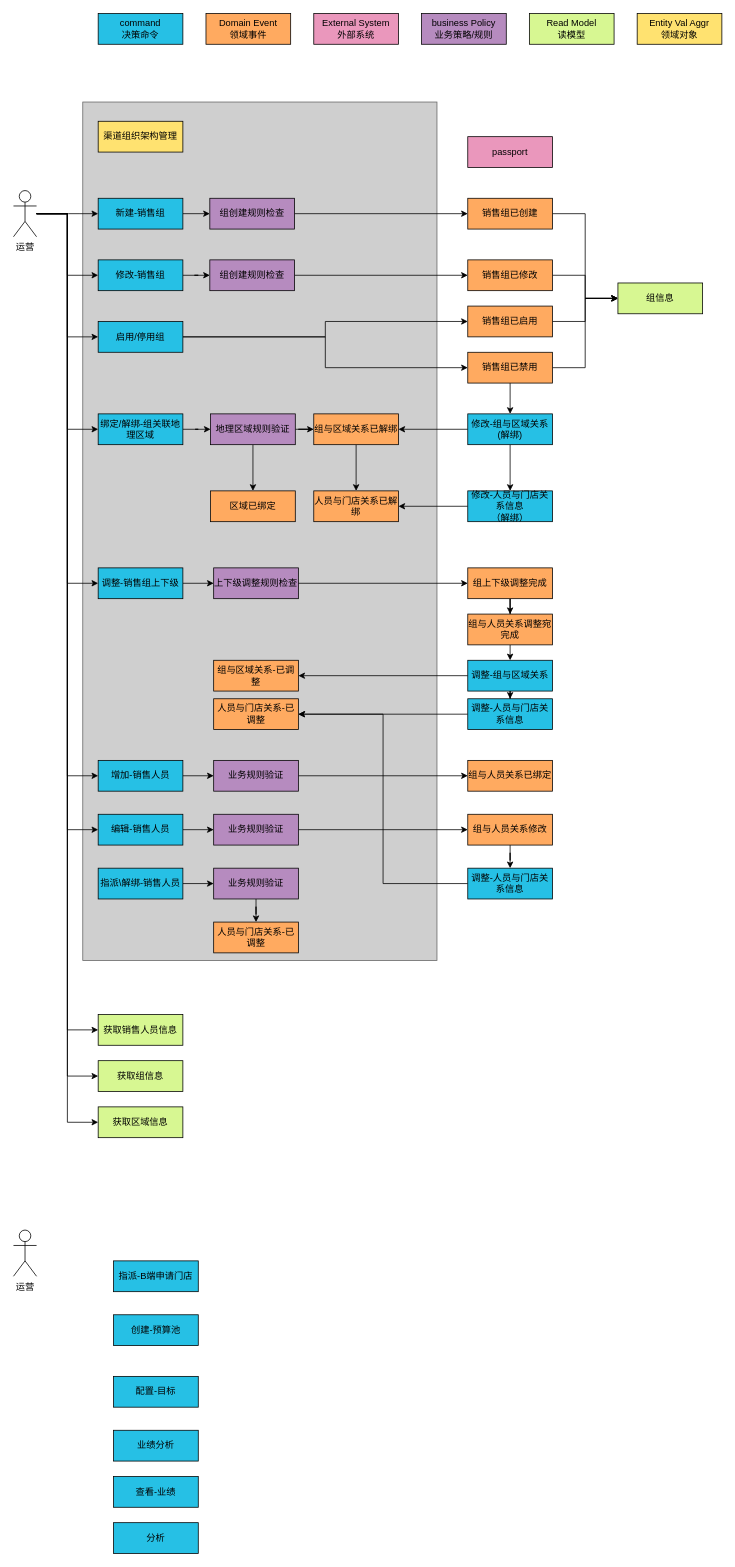
Before: 渠道-事件风暴.drawio in shixiaoding/draw, a draw.io diagram. Source tidied: cells renumbered, new cells numbered last; positions are measured from the earlier drawing's top-left corner, leaving out a move shared by most shapes. Both pictures are drawn from the tidied source at 77%, with x=0, y=0 at pixel (13, 13).
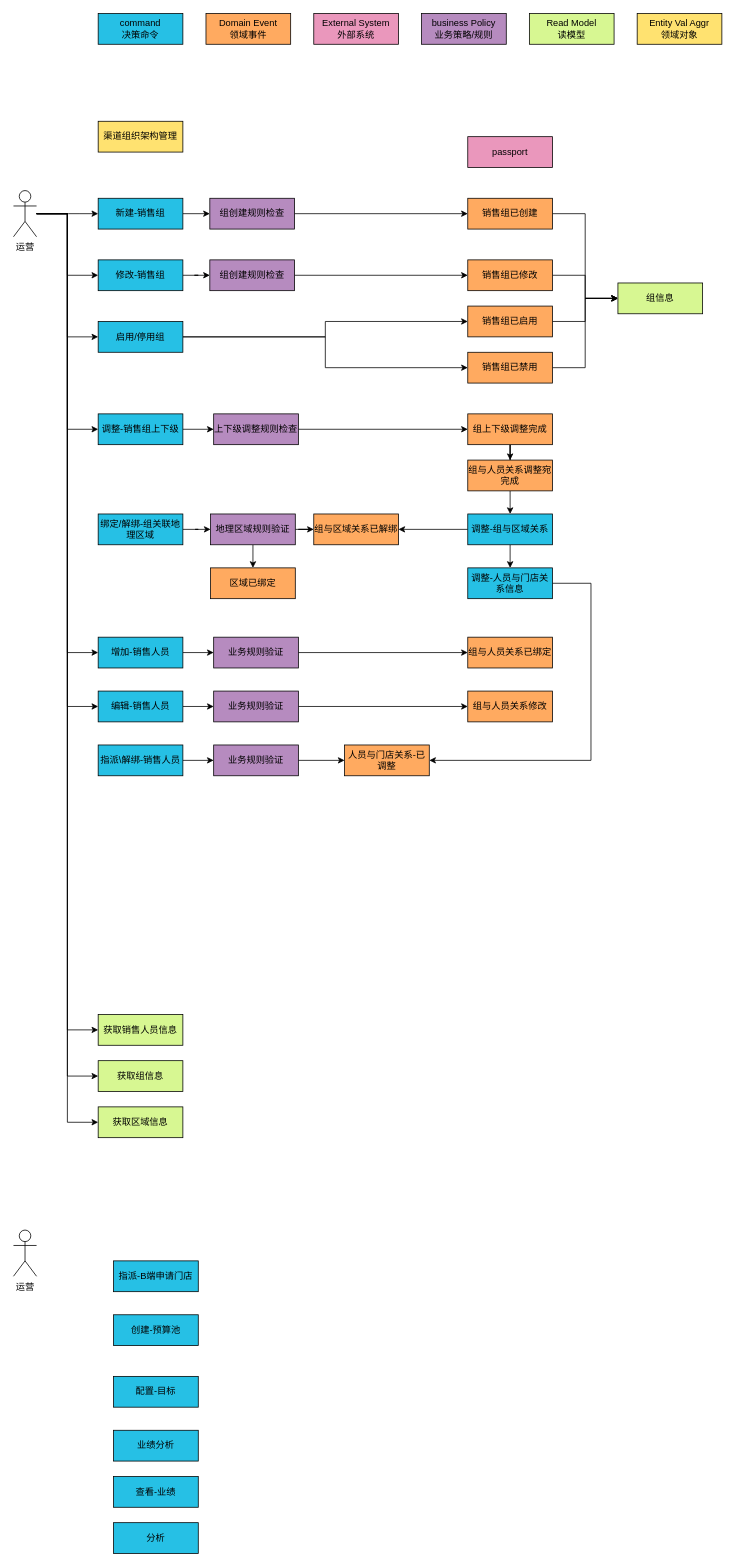
After the change.

Commit message:
更新渠道-事件风暴.drawio

Unchanged cells that the change refers to:
```xml
<mxCell id="19" value="运营" style="shape=umlActor;verticalLabelPosition=bottom;verticalAlign=top;html=1;outlineConnect=0;" parent="1" vertex="1">
  <mxGeometry y="230" width="30" height="60" as="geometry" />
</mxCell>
<mxCell id="45" value="销售组已禁用" style="rounded=0;whiteSpace=wrap;html=1;fillColor=#FFAA60;" parent="1" vertex="1">
  <mxGeometry x="590" y="440" width="110" height="40" as="geometry" />
</mxCell>
```

The edit, as a diff of the source:
```diff
@@
-    <mxCell id="2" style="rounded=0;whiteSpace=wrap;html=1;fillColor=#CFCFCF;fontColor=#333333;strokeColor=#666666;" parent="1" vertex="1">
-      <mxGeometry x="90" y="115" width="460" height="1115" as="geometry" />
-    </mxCell>
@@
-    <mxCell id="12" style="edgeStyle=orthogonalEdgeStyle;rounded=0;jettySize=auto;html=1;entryX=0;entryY=0.5;entryDx=0;entryDy=0;" parent="1" edge="1" source="19" target="25">
-      <mxGeometry relative="1" as="geometry" />
-    </mxCell>
@@
     <mxCell id="25" value="绑定/解绑-组关联地理区域" style="rounded=0;whiteSpace=wrap;html=1;fillColor=#26C0E5;" parent="1" vertex="1">
-      <mxGeometry x="110" y="520" width="110" height="40" as="geometry" />
+      <mxGeometry x="110" y="650" width="110" height="40" as="geometry" />
     </mxCell>
@@
     <mxCell id="27" value="增加-销售人员" style="rounded=0;whiteSpace=wrap;html=1;fillColor=#26C0E5;" parent="1" vertex="1">
-      <mxGeometry x="110" y="970" width="110" height="40" as="geometry" />
+      <mxGeometry x="110" y="810" width="110" height="40" as="geometry" />
     </mxCell>
@@
-    <mxCell id="44" style="edgeStyle=orthogonalEdgeStyle;rounded=0;jettySize=auto;html=1;" parent="1" edge="1" source="45" target="84">
-      <mxGeometry relative="1" as="geometry" />
-    </mxCell>
@@
-    <mxCell id="51" style="edgeStyle=orthogonalEdgeStyle;rounded=0;jettySize=auto;html=1;" parent="1" edge="1" source="53" target="66">
-      <mxGeometry relative="1" as="geometry" />
-    </mxCell>
-    <mxCell id="52" style="edgeStyle=orthogonalEdgeStyle;rounded=0;jettySize=auto;html=1;entryX=1;entryY=0.5;entryDx=0;entryDy=0;" parent="1" edge="1" source="53" target="60">
-      <mxGeometry relative="1" as="geometry" />
-    </mxCell>
-    <mxCell id="53" value="调整-组与区域关系" style="rounded=0;whiteSpace=wrap;html=1;fillColor=#26C0E5;" parent="1" vertex="1">
-      <mxGeometry x="590" y="840" width="110" height="40" as="geometry" />
-    </mxCell>
@@
     <mxCell id="55" value="上下级调整规则检查" style="rounded=0;whiteSpace=wrap;html=1;fillColor=#B68BBF;" parent="1" vertex="1">
-      <mxGeometry x="260" y="720" width="110" height="40" as="geometry" />
+      <mxGeometry x="260" y="520" width="110" height="40" as="geometry" />
     </mxCell>
@@
     <mxCell id="57" value="组上下级调整完成" style="rounded=0;whiteSpace=wrap;html=1;fillColor=#FFAA60;" parent="1" vertex="1">
-      <mxGeometry x="590" y="720" width="110" height="40" as="geometry" />
+      <mxGeometry x="590" y="520" width="110" height="40" as="geometry" />
     </mxCell>
-    <mxCell id="58" style="edgeStyle=orthogonalEdgeStyle;rounded=0;jettySize=auto;html=1;exitX=0.5;exitY=1;exitDx=0;exitDy=0;entryX=0.5;entryY=0;entryDx=0;entryDy=0;" parent="1" edge="1" source="59" target="53">
-      <mxGeometry relative="1" as="geometry" />
-    </mxCell>
+    <mxCell id="100" style="edgeStyle=orthogonalEdgeStyle;rounded=0;jettySize=auto;html=1;exitX=0.5;exitY=1;exitDx=0;exitDy=0;entryX=0.5;entryY=0;entryDx=0;entryDy=0;" parent="1" edge="1" source="59" target="84">
+      <mxGeometry relative="1" as="geometry" />
+    </mxCell>
     <mxCell id="59" value="组与人员关系调整宛完成" style="rounded=0;whiteSpace=wrap;html=1;fillColor=#FFAA60;" parent="1" vertex="1">
-      <mxGeometry x="590" y="780" width="110" height="40" as="geometry" />
+      <mxGeometry x="590" y="580" width="110" height="40" as="geometry" />
     </mxCell>
-    <mxCell id="60" value="组与区域关系-已调整" style="rounded=0;whiteSpace=wrap;html=1;fillColor=#FFAA60;" parent="1" vertex="1">
-      <mxGeometry x="260" y="840" width="110" height="40" as="geometry" />
-    </mxCell>
@@
     <mxCell id="63" value="地理区域规则验证" style="rounded=0;whiteSpace=wrap;html=1;fillColor=#B68BBF;" parent="1" vertex="1">
-      <mxGeometry x="256" y="520" width="110" height="40" as="geometry" />
+      <mxGeometry x="256" y="650" width="110" height="40" as="geometry" />
     </mxCell>
     <mxCell id="64" value="区域已绑定" style="rounded=0;whiteSpace=wrap;html=1;fillColor=#FFAA60;" parent="1" vertex="1">
-      <mxGeometry x="256" y="620" width="110" height="40" as="geometry" />
+      <mxGeometry x="256" y="720" width="110" height="40" as="geometry" />
     </mxCell>
-    <mxCell id="65" style="edgeStyle=orthogonalEdgeStyle;rounded=0;jettySize=auto;html=1;entryX=1;entryY=0.5;entryDx=0;entryDy=0;" parent="1" edge="1" source="66" target="67">
-      <mxGeometry relative="1" as="geometry" />
-    </mxCell>
-    <mxCell id="66" value="调整-人员与门店关系信息" style="rounded=0;whiteSpace=wrap;html=1;fillColor=#26C0E5;" parent="1" vertex="1">
-      <mxGeometry x="590" y="890" width="110" height="40" as="geometry" />
-    </mxCell>
-    <mxCell id="67" value="人员与门店关系-已调整" style="rounded=0;whiteSpace=wrap;html=1;fillColor=#FFAA60;" parent="1" vertex="1">
-      <mxGeometry x="260" y="890" width="110" height="40" as="geometry" />
-    </mxCell>
-    <mxCell id="68" style="edgeStyle=orthogonalEdgeStyle;rounded=0;jettySize=auto;html=1;" parent="1" edge="1" source="69" target="70">
-      <mxGeometry relative="1" as="geometry" />
-    </mxCell>
     <mxCell id="69" value="组与区域关系已解绑" style="rounded=0;whiteSpace=wrap;html=1;fillColor=#FFAA60;" parent="1" vertex="1">
-      <mxGeometry x="390" y="520" width="110" height="40" as="geometry" />
+      <mxGeometry x="390" y="650" width="110" height="40" as="geometry" />
     </mxCell>
-    <mxCell id="70" value="人员与门店关系已解绑" style="rounded=0;whiteSpace=wrap;html=1;fillColor=#FFAA60;" parent="1" vertex="1">
-      <mxGeometry x="390" y="620" width="110" height="40" as="geometry" />
-    </mxCell>
@@
     <mxCell id="72" value="业务规则验证" style="rounded=0;whiteSpace=wrap;html=1;fillColor=#B68BBF;" parent="1" vertex="1">
-      <mxGeometry x="260" y="970" width="110" height="40" as="geometry" />
+      <mxGeometry x="260" y="810" width="110" height="40" as="geometry" />
     </mxCell>
-    <mxCell id="73" style="edgeStyle=orthogonalEdgeStyle;rounded=0;jettySize=auto;html=1;entryX=1;entryY=0.5;entryDx=0;entryDy=0;" parent="1" edge="1" source="74" target="67">
-      <mxGeometry relative="1" as="geometry" />
-    </mxCell>
+    <mxCell id="101" style="edgeStyle=orthogonalEdgeStyle;rounded=0;jettySize=auto;html=1;entryX=1;entryY=0.5;entryDx=0;entryDy=0;" parent="1" edge="1" source="74" target="97">
+      <mxGeometry relative="1" as="geometry">
+        <Array as="points">
+          <mxPoint x="750" y="740" />
+          <mxPoint x="750" y="970" />
+        </Array>
+      </mxGeometry>
+    </mxCell>
     <mxCell id="74" value="调整-人员与门店关系信息" style="rounded=0;whiteSpace=wrap;html=1;fillColor=#26C0E5;" parent="1" vertex="1">
-      <mxGeometry x="590" y="1110" width="110" height="40" as="geometry" />
+      <mxGeometry x="590" y="720" width="110" height="40" as="geometry" />
     </mxCell>
     <mxCell id="75" value="组与人员关系已绑定" style="rounded=0;whiteSpace=wrap;html=1;fillColor=#FFAA60;" parent="1" vertex="1">
-      <mxGeometry x="590" y="970" width="110" height="40" as="geometry" />
+      <mxGeometry x="590" y="810" width="110" height="40" as="geometry" />
     </mxCell>
@@
     <mxCell id="77" value="编辑-销售人员" style="rounded=0;whiteSpace=wrap;html=1;fillColor=#26C0E5;" parent="1" vertex="1">
-      <mxGeometry x="110" y="1040" width="110" height="40" as="geometry" />
+      <mxGeometry x="110" y="880" width="110" height="40" as="geometry" />
     </mxCell>
@@
     <mxCell id="79" value="业务规则验证" style="rounded=0;whiteSpace=wrap;html=1;fillColor=#B68BBF;" parent="1" vertex="1">
-      <mxGeometry x="260" y="1040" width="110" height="40" as="geometry" />
+      <mxGeometry x="260" y="880" width="110" height="40" as="geometry" />
     </mxCell>
-    <mxCell id="80" style="edgeStyle=orthogonalEdgeStyle;rounded=0;jettySize=auto;html=1;entryX=0.5;entryY=0;entryDx=0;entryDy=0;" parent="1" edge="1" source="81" target="74">
-      <mxGeometry relative="1" as="geometry" />
-    </mxCell>
     <mxCell id="81" value="组与人员关系修改" style="rounded=0;whiteSpace=wrap;html=1;fillColor=#FFAA60;" parent="1" vertex="1">
-      <mxGeometry x="590" y="1040" width="110" height="40" as="geometry" />
+      <mxGeometry x="590" y="880" width="110" height="40" as="geometry" />
     </mxCell>
-    <mxCell id="82" style="edgeStyle=orthogonalEdgeStyle;rounded=0;jettySize=auto;html=1;" parent="1" edge="1" source="84" target="86">
-      <mxGeometry relative="1" as="geometry" />
-    </mxCell>
@@
+    <mxCell id="102" style="edgeStyle=orthogonalEdgeStyle;rounded=0;jettySize=auto;html=1;exitX=0.5;exitY=1;exitDx=0;exitDy=0;entryX=0.5;entryY=0;entryDx=0;entryDy=0;" parent="1" edge="1" source="84" target="74">
+      <mxGeometry relative="1" as="geometry" />
+    </mxCell>
-    <mxCell id="84" value="修改-组与区域关系(解绑)" style="rounded=0;whiteSpace=wrap;html=1;fillColor=#26C0E5;" parent="1" vertex="1">
-      <mxGeometry x="590" y="520" width="110" height="40" as="geometry" />
+    <mxCell id="84" value="调整-组与区域关系" style="rounded=0;whiteSpace=wrap;html=1;fillColor=#26C0E5;" parent="1" vertex="1">
+      <mxGeometry x="590" y="650" width="110" height="40" as="geometry" />
     </mxCell>
-    <mxCell id="85" style="edgeStyle=orthogonalEdgeStyle;rounded=0;jettySize=auto;html=1;entryX=1;entryY=0.5;entryDx=0;entryDy=0;" parent="1" edge="1" source="86" target="70">
-      <mxGeometry relative="1" as="geometry" />
-    </mxCell>
-    <mxCell id="86" value="修改-人员与门店关系信息&lt;div&gt;（解绑）&lt;/div&gt;" style="rounded=0;whiteSpace=wrap;html=1;fillColor=#26C0E5;" parent="1" vertex="1">
-      <mxGeometry x="590" y="620" width="110" height="40" as="geometry" />
-    </mxCell>
@@
     <mxCell id="88" value="调整-销售组上下级" style="rounded=0;whiteSpace=wrap;html=1;fillColor=#26C0E5;" parent="1" vertex="1">
-      <mxGeometry x="110" y="720" width="110" height="40" as="geometry" />
+      <mxGeometry x="110" y="520" width="110" height="40" as="geometry" />
     </mxCell>
@@
     <mxCell id="94" value="指派\解绑-销售人员" style="rounded=0;whiteSpace=wrap;html=1;fillColor=#26C0E5;" parent="1" vertex="1">
-      <mxGeometry x="110" y="1110" width="110" height="40" as="geometry" />
+      <mxGeometry x="110" y="950" width="110" height="40" as="geometry" />
     </mxCell>
@@
     <mxCell id="96" value="业务规则验证" style="rounded=0;whiteSpace=wrap;html=1;fillColor=#B68BBF;" parent="1" vertex="1">
-      <mxGeometry x="260" y="1110" width="110" height="40" as="geometry" />
+      <mxGeometry x="260" y="950" width="110" height="40" as="geometry" />
     </mxCell>
     <mxCell id="97" value="人员与门店关系-已调整" style="rounded=0;whiteSpace=wrap;html=1;fillColor=#FFAA60;" parent="1" vertex="1">
-      <mxGeometry x="260" y="1180" width="110" height="40" as="geometry" />
+      <mxGeometry x="430" y="950" width="110" height="40" as="geometry" />
     </mxCell>
```
